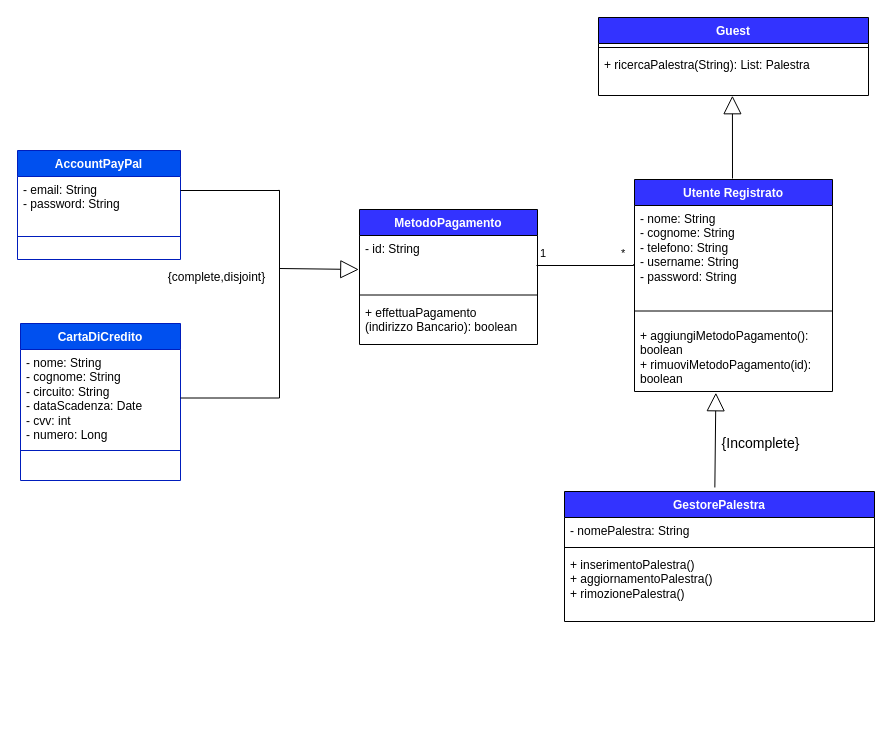
This is page "Page-1" (1 of 2) of Diagrammi_UML/Utente_Esteso.drawio from JosephBoom02/Progetto_Ingegneria_del_Software, a draw.io file, before an edit. Source tidied: cells renumbered, new cells numbered last; positions are measured from the earlier drawing's top-left corner, leaving out a move shared by most shapes. Both pictures are drawn from the tidied source at 100%, with x=0, y=0 at pixel (17, 17).
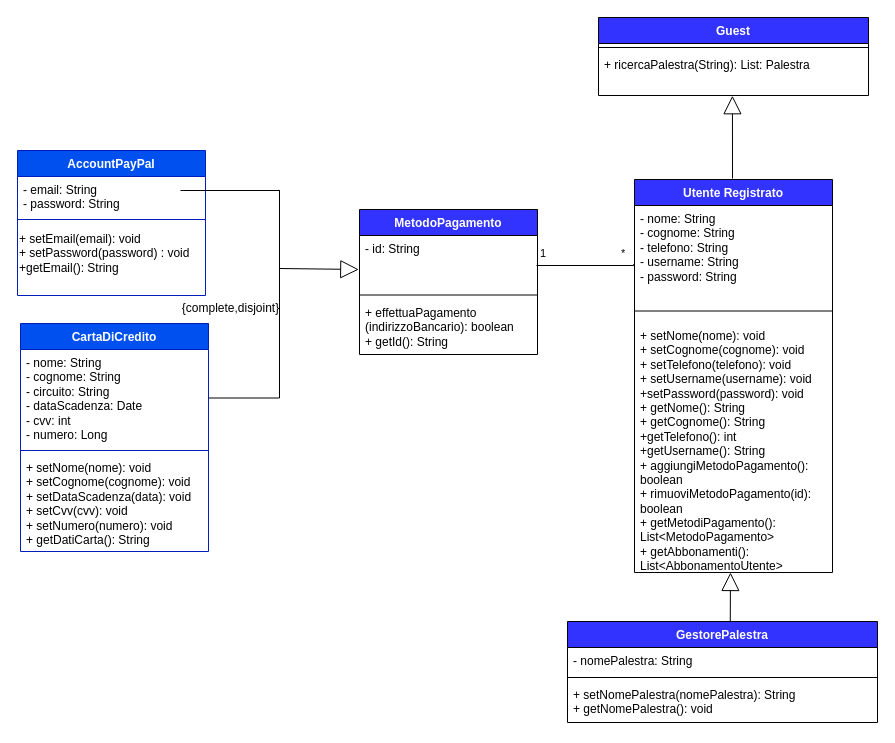
The same page after the edit.

Diff of the diagram source:
```diff
@@
     <mxCell id="2" value="&lt;font color=&quot;#ffffff&quot;&gt;Utente Registrato&lt;/font&gt;" style="swimlane;fontStyle=1;align=center;verticalAlign=top;horizontal=1;startSize=26;whiteSpace=wrap;html=1;fillColor=#3333FF;" parent="1" vertex="1">
-      <mxGeometry x="617" y="162" width="198" height="212" as="geometry" />
+      <mxGeometry x="617" y="162" width="198" height="393" as="geometry" />
     </mxCell>
@@
-    <mxCell id="5" value="+ aggiungiMetodoPagamento(): boolean&lt;div&gt;+ rimuoviMetodoPagamento(id&lt;span style=&quot;background-color: initial;&quot;&gt;): boolean&lt;/span&gt;&lt;/div&gt;&lt;div&gt;&lt;div&gt;&lt;br&gt;&lt;/div&gt;&lt;/div&gt;" style="text;strokeColor=none;fillColor=none;align=left;verticalAlign=top;spacingLeft=4;spacingRight=4;overflow=hidden;points=[[0,0.5],[1,0.5]];portConstraint=eastwest;whiteSpace=wrap;html=1;" parent="2" vertex="1">
-      <mxGeometry y="143" width="198" height="69" as="geometry" />
+    <mxCell id="5" value="&lt;div&gt;+ setNome(nome): void&lt;/div&gt;&lt;div&gt;+ setCognome(cognome): void&lt;/div&gt;&lt;div&gt;+ setTelefono(telefono): void&lt;/div&gt;&lt;div&gt;+ setUsername(username): void&lt;/div&gt;&lt;div&gt;+setPassword(password): void&lt;/div&gt;&lt;div&gt;+ getNome(): String&lt;/div&gt;&lt;div&gt;+ getCognome(): String&lt;/div&gt;&lt;div&gt;+getTelefono(): int&lt;/div&gt;&lt;div&gt;+getUsername(): String&lt;/div&gt;+ aggiungiMetodoPagamento(): boolean&lt;div&gt;+ rimuoviMetodoPagamento(id&lt;span style=&quot;background-color: initial;&quot;&gt;): boolean&lt;/span&gt;&lt;/div&gt;&lt;div&gt;&lt;span style=&quot;background-color: initial;&quot;&gt;+ getMetodiPagamento(): List&amp;lt;MetodoPagamento&amp;gt;&lt;/span&gt;&lt;/div&gt;&lt;div&gt;&lt;span style=&quot;background-color: initial;&quot;&gt;+ getAbbonamenti(): List&amp;lt;AbbonamentoUtente&amp;gt;&lt;/span&gt;&lt;/div&gt;&lt;div&gt;&lt;span style=&quot;background-color: initial;&quot;&gt;&lt;br&gt;&lt;/span&gt;&lt;/div&gt;&lt;div&gt;&lt;div&gt;&lt;br&gt;&lt;/div&gt;&lt;/div&gt;" style="text;strokeColor=none;fillColor=none;align=left;verticalAlign=top;spacingLeft=4;spacingRight=4;overflow=hidden;points=[[0,0.5],[1,0.5]];portConstraint=eastwest;whiteSpace=wrap;html=1;" parent="2" vertex="1">
+      <mxGeometry y="143" width="198" height="250" as="geometry" />
     </mxCell>
     <mxCell id="6" value="&lt;font color=&quot;#ffffff&quot;&gt;MetodoPagamento&lt;/font&gt;" style="swimlane;fontStyle=1;align=center;verticalAlign=top;horizontal=1;startSize=26;whiteSpace=wrap;html=1;fillColor=#3333FF;" parent="1" vertex="1">
-      <mxGeometry x="342" y="192" width="178" height="135" as="geometry" />
+      <mxGeometry x="342" y="192" width="178" height="145" as="geometry" />
     </mxCell>
@@
-    <mxCell id="9" value="&lt;font style=&quot;font-size: 12px;&quot;&gt;+ effettuaPagamento&lt;/font&gt;&lt;div&gt;&lt;font style=&quot;font-size: 12px;&quot;&gt;(indirizzo Bancario): boolean&lt;/font&gt;&lt;/div&gt;" style="text;strokeColor=none;fillColor=none;align=left;verticalAlign=top;spacingLeft=4;spacingRight=4;overflow=hidden;whiteSpace=wrap;html=1;" parent="6" vertex="1">
-      <mxGeometry y="90" width="178" height="45" as="geometry" />
+    <mxCell id="9" value="&lt;font style=&quot;font-size: 12px;&quot;&gt;+ effettuaPagamento&lt;/font&gt;&lt;div&gt;&lt;font style=&quot;font-size: 12px;&quot;&gt;(indirizzoBancario): boolean&lt;/font&gt;&lt;/div&gt;&lt;div&gt;&lt;font style=&quot;font-size: 12px;&quot;&gt;+ getId(): String&lt;/font&gt;&lt;/div&gt;" style="text;strokeColor=none;fillColor=none;align=left;verticalAlign=top;spacingLeft=4;spacingRight=4;overflow=hidden;whiteSpace=wrap;html=1;" parent="6" vertex="1">
+      <mxGeometry y="90" width="178" height="55" as="geometry" />
     </mxCell>
@@
-    <mxCell id="13" style="endArrow=block;endSize=16;endFill=0;html=1;rounded=0;exitX=0.485;exitY=-0.031;exitDx=0;exitDy=0;exitPerimeter=0;entryX=0.411;entryY=1.018;entryDx=0;entryDy=0;entryPerimeter=0;" parent="1" edge="1" source="18" target="5">
-      <mxGeometry relative="1" as="geometry" />
+    <mxCell id="13" style="endArrow=block;endSize=16;endFill=0;html=1;rounded=0;exitX=0.525;exitY=0.016;exitDx=0;exitDy=0;exitPerimeter=0;" parent="1" edge="1" source="18">
+      <mxGeometry relative="1" as="geometry">
+        <mxPoint x="713" y="555" as="targetPoint" />
+      </mxGeometry>
     </mxCell>
@@
     <mxCell id="18" value="&lt;font color=&quot;#ffffff&quot;&gt;GestorePalestra&lt;/font&gt;" style="swimlane;fontStyle=1;align=center;verticalAlign=top;horizontal=1;startSize=26;whiteSpace=wrap;html=1;fillColor=#3333FF;" parent="1" vertex="1">
-      <mxGeometry x="547" y="474" width="310" height="130" as="geometry" />
+      <mxGeometry x="550" y="604" width="310" height="101" as="geometry" />
     </mxCell>
@@
-    <mxCell id="21" value="&lt;div&gt;+ inserimentoPalestra()&lt;/div&gt;&lt;div&gt;+ aggiornamentoPalestra()&lt;/div&gt;&lt;div&gt;+ rimozionePalestra()&lt;br&gt;&lt;/div&gt;" style="text;strokeColor=none;fillColor=none;align=left;verticalAlign=top;spacingLeft=4;spacingRight=4;overflow=hidden;whiteSpace=wrap;html=1;" parent="18" vertex="1">
-      <mxGeometry y="60" width="310" height="70" as="geometry" />
+    <mxCell id="21" value="&lt;div&gt;+ setNomePalestra(nomePalestra): String&lt;/div&gt;&lt;div&gt;+ getNomePalestra(): void&lt;/div&gt;" style="text;strokeColor=none;fillColor=none;align=left;verticalAlign=top;spacingLeft=4;spacingRight=4;overflow=hidden;whiteSpace=wrap;html=1;" parent="18" vertex="1">
+      <mxGeometry y="60" width="310" height="41" as="geometry" />
     </mxCell>
-    <mxCell id="22" value="{Incomplete}" style="text;html=1;align=center;verticalAlign=middle;strokeColor=none;fillColor=none;fontSize=14;" parent="1" vertex="1">
-      <mxGeometry x="695" y="411" width="96" height="29" as="geometry" />
-    </mxCell>
     <mxCell id="23" value="AccountPayPal" style="swimlane;fontStyle=1;align=center;verticalAlign=top;horizontal=1;startSize=26;whiteSpace=wrap;html=1;fillColor=#0050ef;fontColor=#ffffff;strokeColor=#001DBC;" parent="1" vertex="1">
-      <mxGeometry y="133" width="163" height="109" as="geometry" />
+      <mxGeometry y="133" width="188" height="145" as="geometry" />
     </mxCell>
     <mxCell id="24" value="- email: String&lt;div&gt;- password: String&lt;/div&gt;" style="text;strokeColor=none;fillColor=none;align=left;verticalAlign=top;spacingLeft=4;spacingRight=4;overflow=hidden;whiteSpace=wrap;html=1;" parent="23" vertex="1">
-      <mxGeometry y="26" width="163" height="37" as="geometry" />
+      <mxGeometry y="26" width="188" height="37" as="geometry" />
     </mxCell>
     <mxCell id="25" style="line;strokeWidth=1;fillColor=none;align=left;verticalAlign=middle;spacingTop=-1;spacingLeft=3;spacingRight=3;labelPosition=right;strokeColor=inherit;" parent="23" vertex="1">
-      <mxGeometry y="63" width="163" height="46" as="geometry" />
+      <mxGeometry y="63" width="188" height="12" as="geometry" />
     </mxCell>
+    <mxCell id="34" value="+ setEmail(email): void&lt;div&gt;+ setPassword(password) : void&lt;/div&gt;&lt;div style=&quot;&quot;&gt;+getEmail(): String&lt;/div&gt;&lt;div style=&quot;&quot;&gt;&lt;br&gt;&lt;/div&gt;" style="text;html=1;align=left;verticalAlign=middle;strokeColor=none;fillColor=none;" parent="23" vertex="1">
+      <mxGeometry y="75" width="188" height="70" as="geometry" />
+    </mxCell>
     <mxCell id="26" value="CartaDiCredito" style="swimlane;fontStyle=1;align=center;verticalAlign=top;horizontal=1;startSize=26;whiteSpace=wrap;html=1;fillColor=#0050ef;fontColor=#ffffff;strokeColor=#001DBC;" parent="1" vertex="1">
-      <mxGeometry x="3" y="306" width="160" height="157" as="geometry" />
+      <mxGeometry x="3" y="306" width="188" height="228" as="geometry" />
     </mxCell>
     <mxCell id="27" value="- nome: String&lt;div&gt;- cognome: String&lt;/div&gt;&lt;div&gt;- circuito: String&lt;/div&gt;&lt;div&gt;- dataScadenza: Date&lt;/div&gt;&lt;div&gt;- cvv: int&lt;/div&gt;&lt;div&gt;- numero: Long&lt;/div&gt;" style="text;strokeColor=none;fillColor=none;align=left;verticalAlign=top;spacingLeft=4;spacingRight=4;overflow=hidden;points=[[0,0.5],[1,0.5]];portConstraint=eastwest;whiteSpace=wrap;html=1;" parent="26" vertex="1">
-      <mxGeometry y="26" width="160" height="97" as="geometry" />
+      <mxGeometry y="26" width="188" height="97" as="geometry" />
     </mxCell>
     <mxCell id="28" style="line;strokeWidth=1;fillColor=none;align=left;verticalAlign=middle;spacingTop=-1;spacingLeft=3;spacingRight=3;labelPosition=right;strokeColor=inherit;" parent="26" vertex="1">
-      <mxGeometry y="123" width="160" height="8" as="geometry" />
+      <mxGeometry y="123" width="188" height="8" as="geometry" />
     </mxCell>
-    <mxCell id="29" value="&lt;div&gt;&lt;br&gt;&lt;/div&gt;" style="text;strokeColor=none;fillColor=none;align=left;verticalAlign=top;spacingLeft=4;spacingRight=4;overflow=hidden;whiteSpace=wrap;html=1;" parent="26" vertex="1">
-      <mxGeometry y="131" width="160" height="26" as="geometry" />
+    <mxCell id="29" value="&lt;div&gt;+ setNome(nome): void&lt;/div&gt;&lt;div&gt;+ setCognome(cognome): void&lt;/div&gt;&lt;div&gt;+ setDataScadenza(data): void&lt;/div&gt;&lt;div&gt;+ setCvv(cvv): void&lt;/div&gt;&lt;div&gt;+ setNumero(numero): void&lt;/div&gt;&lt;div&gt;+ getDatiCarta(): String&lt;/div&gt;" style="text;strokeColor=none;fillColor=none;align=left;verticalAlign=top;spacingLeft=4;spacingRight=4;overflow=hidden;whiteSpace=wrap;html=1;" parent="26" vertex="1">
+      <mxGeometry y="131" width="188" height="97" as="geometry" />
     </mxCell>
@@
     <mxCell id="33" value="{complete,disjoint}" style="text;html=1;align=center;verticalAlign=middle;strokeColor=none;fillColor=none;" parent="1" vertex="1">
-      <mxGeometry x="141" y="246.5" width="115" height="26" as="geometry" />
+      <mxGeometry x="155" y="278" width="115" height="26" as="geometry" />
     </mxCell>
```
